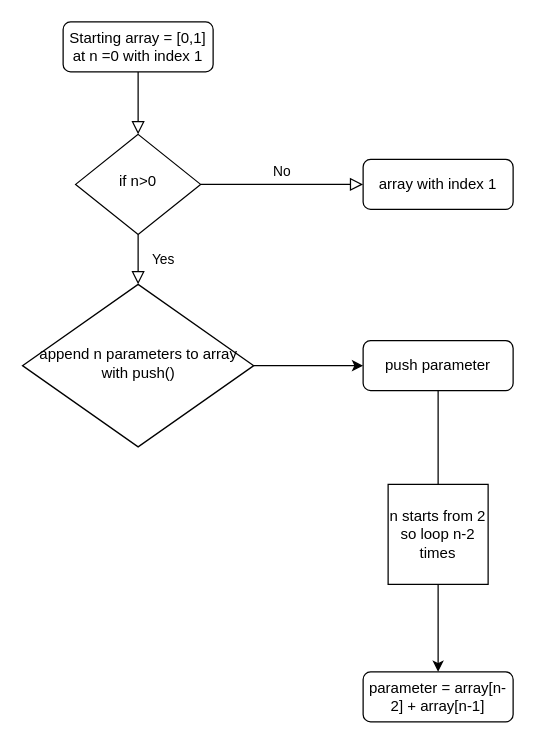
Waqarabid/Test keeps this draw.io diagram as Fibonacci Diagram.drawio. Above is the earlier version. Source tidied: cells renumbered, new cells numbered last; positions are measured from the earlier drawing's top-left corner, leaving out a move shared by most shapes. Both pictures are drawn from the tidied source at 125%, with x=0, y=0 at pixel (22, 21).
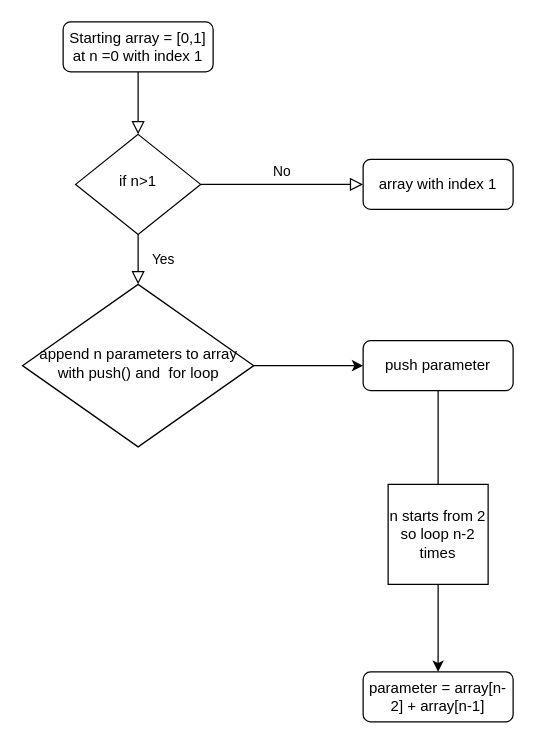
Above is the later version.

What changed in the source:
```diff
@@
 <mxGraphModel>
   <root>
     <mxCell id="0" />
     <mxCell id="1" parent="0" />
     <mxCell id="2" style="rounded=0;html=1;jettySize=auto;fontSize=11;endArrow=block;endFill=0;endSize=8;strokeWidth=1;shadow=0;labelBackgroundColor=none;edgeStyle=orthogonalEdgeStyle;" parent="1" edge="1" source="3" target="6">
       <mxGeometry relative="1" as="geometry" />
     </mxCell>
     <mxCell id="3" value="Starting array = [0,1] at n =0 with index 1" style="rounded=1;whiteSpace=wrap;html=1;fontSize=12;glass=0;strokeWidth=1;shadow=0;" parent="1" vertex="1">
       <mxGeometry x="32" width="120" height="40" as="geometry" />
     </mxCell>
     <mxCell id="4" value="Yes" style="rounded=0;html=1;jettySize=auto;fontSize=11;endArrow=block;endFill=0;endSize=8;strokeWidth=1;shadow=0;labelBackgroundColor=none;edgeStyle=orthogonalEdgeStyle;" parent="1" edge="1" source="6" target="9">
       <mxGeometry y="20" relative="1" as="geometry" />
     </mxCell>
     <mxCell id="5" value="No" style="edgeStyle=orthogonalEdgeStyle;rounded=0;html=1;jettySize=auto;fontSize=11;endArrow=block;endFill=0;endSize=8;strokeWidth=1;shadow=0;labelBackgroundColor=none;" parent="1" edge="1" source="6" target="7">
       <mxGeometry y="10" relative="1" as="geometry" />
     </mxCell>
-    <mxCell id="6" value="if n&amp;gt;0" style="rhombus;whiteSpace=wrap;html=1;shadow=0;fontFamily=Helvetica;fontSize=12;align=center;strokeWidth=1;spacing=6;spacingTop=-4;" parent="1" vertex="1">
+    <mxCell id="6" value="if n&amp;gt;1" style="rhombus;whiteSpace=wrap;html=1;shadow=0;fontFamily=Helvetica;fontSize=12;align=center;strokeWidth=1;spacing=6;spacingTop=-4;" parent="1" vertex="1">
       <mxGeometry x="42" y="90" width="100" height="80" as="geometry" />
     </mxCell>
     <mxCell id="7" value="array with index 1" style="rounded=1;whiteSpace=wrap;html=1;fontSize=12;glass=0;strokeWidth=1;shadow=0;" parent="1" vertex="1">
       <mxGeometry x="272" y="110" width="120" height="40" as="geometry" />
     </mxCell>
     <mxCell id="8" style="edgeStyle=orthogonalEdgeStyle;rounded=0;jettySize=auto;html=1;" parent="1" edge="1" source="9" target="12">
       <mxGeometry relative="1" as="geometry" />
     </mxCell>
-    <mxCell id="9" value="append n parameters to array with push()" style="rhombus;whiteSpace=wrap;html=1;shadow=0;fontFamily=Helvetica;fontSize=12;align=center;strokeWidth=1;spacing=6;spacingTop=-4;" parent="1" vertex="1">
+    <mxCell id="9" value="append n parameters to array with push() and&amp;nbsp; for loop" style="rhombus;whiteSpace=wrap;html=1;shadow=0;fontFamily=Helvetica;fontSize=12;align=center;strokeWidth=1;spacing=6;spacingTop=-4;" parent="1" vertex="1">
       <mxGeometry x="-0.5" y="210" width="185" height="130" as="geometry" />
     </mxCell>
     <mxCell id="10" value="parameter = array[n-2] + array[n-1]" style="rounded=1;whiteSpace=wrap;html=1;fontSize=12;glass=0;strokeWidth=1;shadow=0;" parent="1" vertex="1">
       <mxGeometry x="272" y="520" width="120" height="40" as="geometry" />
     </mxCell>
     <mxCell id="11" style="edgeStyle=orthogonalEdgeStyle;rounded=0;jettySize=auto;html=1;startArrow=none;" parent="1" edge="1" source="13" target="10">
       <mxGeometry relative="1" as="geometry" />
     </mxCell>
     <mxCell id="12" value="push parameter" style="rounded=1;whiteSpace=wrap;html=1;fontSize=12;glass=0;strokeWidth=1;shadow=0;" parent="1" vertex="1">
       <mxGeometry x="272" y="255" width="120" height="40" as="geometry" />
     </mxCell>
     <mxCell id="13" value="n starts from 2&lt;br&gt;so loop n-2 times" style="whiteSpace=wrap;html=1;" parent="1" vertex="1">
       <mxGeometry x="292" y="370" width="80" height="80" as="geometry" />
     </mxCell>
     <mxCell id="14" style="edgeStyle=orthogonalEdgeStyle;rounded=0;jettySize=auto;html=1;endArrow=none;" parent="1" edge="1" source="12" target="13">
       <mxGeometry relative="1" as="geometry" />
     </mxCell>
   </root>
 </mxGraphModel>
```
